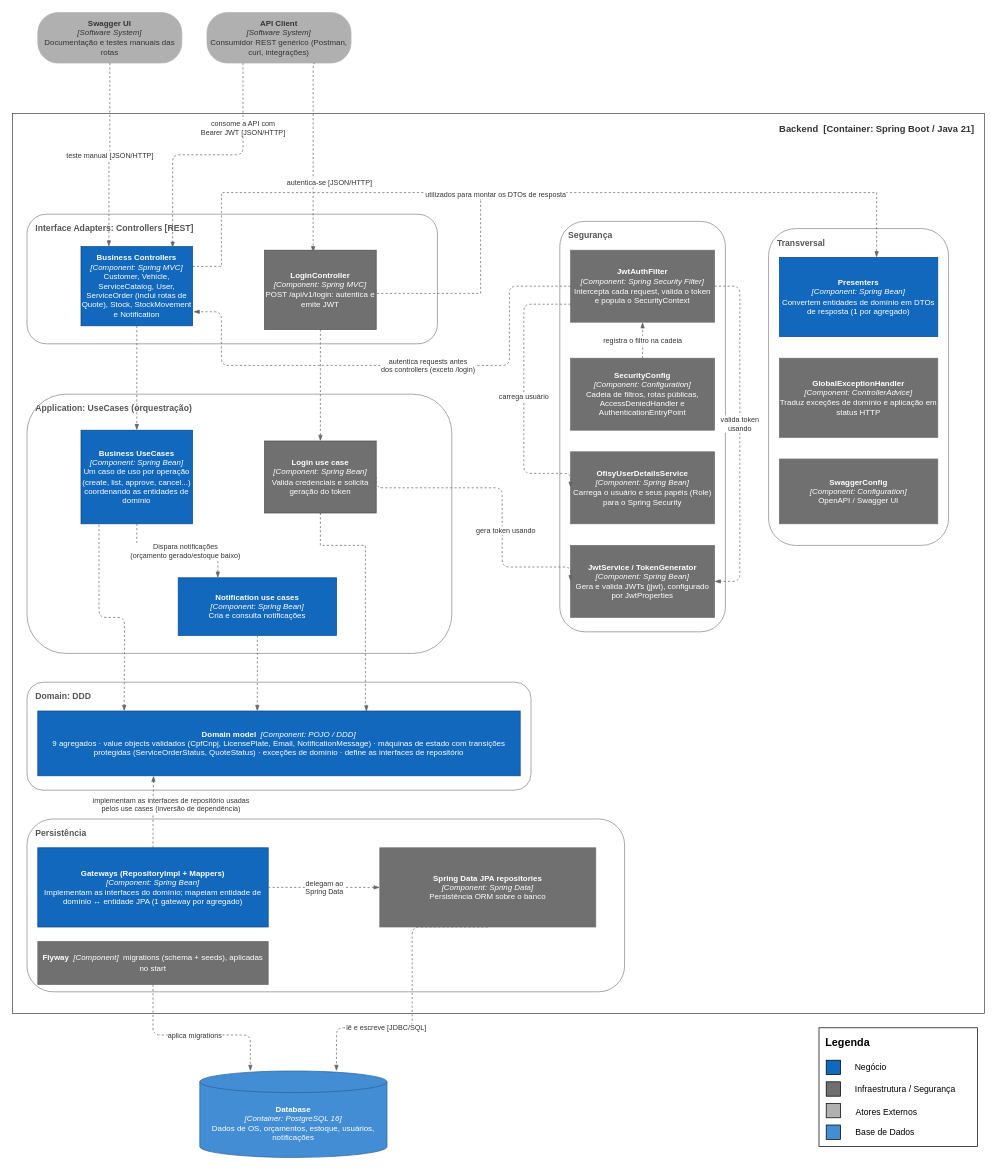
The draw.io diagram docs/resources/component-diagram.drawio in 15SOAT-FIAP/techchallenge-ofisy, before the edit. Source tidied: cells renumbered, new cells numbered last; positions are measured from the earlier drawing's top-left corner, leaving out a move shared by most shapes. Both pictures are drawn from the tidied source at 72%, with x=0, y=0 at pixel (12, 12).
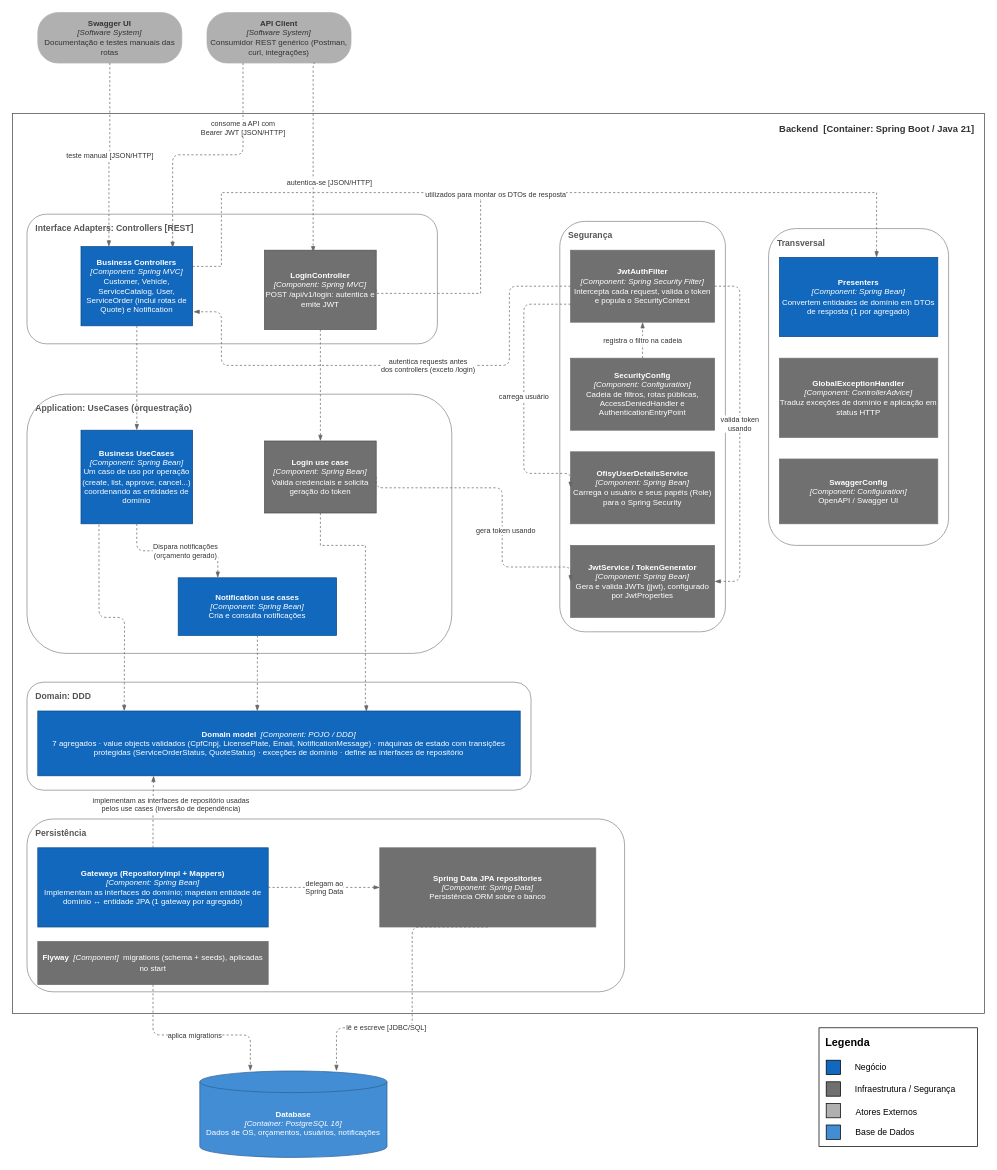
The same page after the edit.

Commit message (it also covers changes not shown here):
docs: tirar o estoque dos diagramas de banco, componentes e sequência

The change refers to these unchanged cells:
```xml
<mxCell id="10" value="&lt;b&gt;Business UseCases&lt;/b&gt;&lt;br&gt;&lt;i&gt;[Component: Spring Bean]&lt;/i&gt;&lt;br&gt;Um caso de uso por operação (create, list, approve, cancel...)&lt;div&gt;coordenando as entidades de domínio&lt;/div&gt;" style="rounded=0;whiteSpace=wrap;html=1;fillColor=#1168BD;strokeColor=#0B4884;fontColor=#ffffff;fontSize=11;" parent="1" vertex="1">
  <mxGeometry x="95" y="580" width="155" height="130" as="geometry" />
</mxCell>
<mxCell id="13" value="&lt;b&gt;Notification use cases&lt;/b&gt;&lt;br&gt;&lt;i&gt;[Component: Spring Bean]&lt;/i&gt;&lt;br&gt;Cria e consulta notificações" style="rounded=0;whiteSpace=wrap;html=1;fillColor=#1168BD;strokeColor=#0B4884;fontColor=#ffffff;fontSize=11;" parent="1" vertex="1">
  <mxGeometry x="230" y="785" width="220" height="80" as="geometry" />
</mxCell>
```

Change to the diagram source:
```diff
@@
-    <mxCell id="7" value="&lt;b&gt;Business Controllers&lt;/b&gt;&lt;div&gt;&lt;i&gt;[Component: Spring MVC]&lt;/i&gt;&lt;br&gt;Customer, Vehicle, ServiceCatalog, User, ServiceOrder (inclui rotas de Quote),&amp;nbsp;&lt;span style=&quot;background-color: transparent; color: light-dark(rgb(255, 255, 255), rgb(18, 18, 18));&quot;&gt;Stock, StockMovement e Notification&lt;/span&gt;&lt;/div&gt;" style="rounded=0;whiteSpace=wrap;html=1;fillColor=#1168BD;strokeColor=#0B4884;fontColor=#ffffff;fontSize=11;" parent="1" vertex="1">
+    <mxCell id="7" value="&lt;b&gt;Business Controllers&lt;/b&gt;&lt;div&gt;&lt;i&gt;[Component: Spring MVC]&lt;/i&gt;&lt;br&gt;Customer, Vehicle, ServiceCatalog, User, ServiceOrder (inclui rotas de Quote)&amp;nbsp;&lt;span style=&quot;background-color: transparent; color: light-dark(rgb(255, 255, 255), rgb(18, 18, 18));&quot;&gt;e Notification&lt;/span&gt;&lt;/div&gt;" style="rounded=0;whiteSpace=wrap;html=1;fillColor=#1168BD;strokeColor=#0B4884;fontColor=#ffffff;fontSize=11;" parent="1" vertex="1">
       <mxGeometry x="95" y="325" width="155" height="110" as="geometry" />
     </mxCell>
@@
-    <mxCell id="15" value="&lt;b&gt;Domain model&lt;/b&gt;&amp;nbsp;&amp;nbsp;&lt;i&gt;[Component: POJO / DDD]&lt;/i&gt;&lt;br&gt;9 agregados · value objects validados (CpfCnpj, LicensePlate, Email, NotificationMessage) · máquinas de estado com transições protegidas (ServiceOrderStatus, QuoteStatus) · exceções de domínio · define as interfaces de repositório" style="rounded=0;whiteSpace=wrap;html=1;fillColor=#1168BD;strokeColor=#0B4884;fontColor=#ffffff;fontSize=11;" parent="1" vertex="1">
+    <mxCell id="15" value="&lt;b&gt;Domain model&lt;/b&gt;&amp;nbsp;&amp;nbsp;&lt;i&gt;[Component: POJO / DDD]&lt;/i&gt;&lt;br&gt;7 agregados · value objects validados (CpfCnpj, LicensePlate, Email, NotificationMessage) · máquinas de estado com transições protegidas (ServiceOrderStatus, QuoteStatus) · exceções de domínio · define as interfaces de repositório" style="rounded=0;whiteSpace=wrap;html=1;fillColor=#1168BD;strokeColor=#0B4884;fontColor=#ffffff;fontSize=11;" parent="1" vertex="1">
       <mxGeometry x="35" y="970" width="670" height="90" as="geometry" />
     </mxCell>
@@
-    <mxCell id="29" value="&lt;b&gt;Database&lt;/b&gt;&lt;br&gt;&lt;i&gt;[Container: PostgreSQL 16]&lt;/i&gt;&lt;br&gt;Dados de OS, orçamentos, estoque, usuários, notificações" style="shape=cylinder3;whiteSpace=wrap;html=1;boundedLbl=1;backgroundOutline=1;size=15;fillColor=#438DD5;strokeColor=#2E6295;fontColor=#ffffff;fontSize=11;" parent="1" vertex="1">
+    <mxCell id="29" value="&lt;b&gt;Database&lt;/b&gt;&lt;br&gt;&lt;i&gt;[Container: PostgreSQL 16]&lt;/i&gt;&lt;br&gt;Dados de OS, orçamentos, usuários, notificações" style="shape=cylinder3;whiteSpace=wrap;html=1;boundedLbl=1;backgroundOutline=1;size=15;fillColor=#438DD5;strokeColor=#2E6295;fontColor=#ffffff;fontSize=11;" parent="1" vertex="1">
       <mxGeometry x="260" y="1470" width="260" height="120" as="geometry" />
     </mxCell>
@@
-    <mxCell id="35" value="Dispara notificações&lt;br&gt;(orçamento gerado/&lt;span style=&quot;background-color: light-dark(#ffffff, var(--ge-dark-color, #121212)); color: light-dark(rgb(51, 51, 51), rgb(193, 193, 193));&quot;&gt;estoque baixo)&lt;/span&gt;" style="edgeStyle=orthogonalEdgeStyle;rounded=1;html=1;strokeColor=#666666;fontSize=10;fontColor=#333333;dashed=1;endArrow=blockThin;exitX=0.5;exitY=1;entryX=0.25;entryY=0;" parent="1" edge="1" source="10" target="13">
+    <mxCell id="35" value="Dispara notificações&lt;br&gt;(orçamento gerado&lt;span style=&quot;background-color: light-dark(#ffffff, var(--ge-dark-color, #121212)); color: light-dark(rgb(51, 51, 51), rgb(193, 193, 193));&quot;&gt;)&lt;/span&gt;" style="edgeStyle=orthogonalEdgeStyle;rounded=1;html=1;strokeColor=#666666;fontSize=10;fontColor=#333333;dashed=1;endArrow=blockThin;exitX=0.5;exitY=1;entryX=0.25;entryY=0;" parent="1" edge="1" source="10" target="13">
       <mxGeometry x="0.12" relative="1" as="geometry" />
     </mxCell>
```
